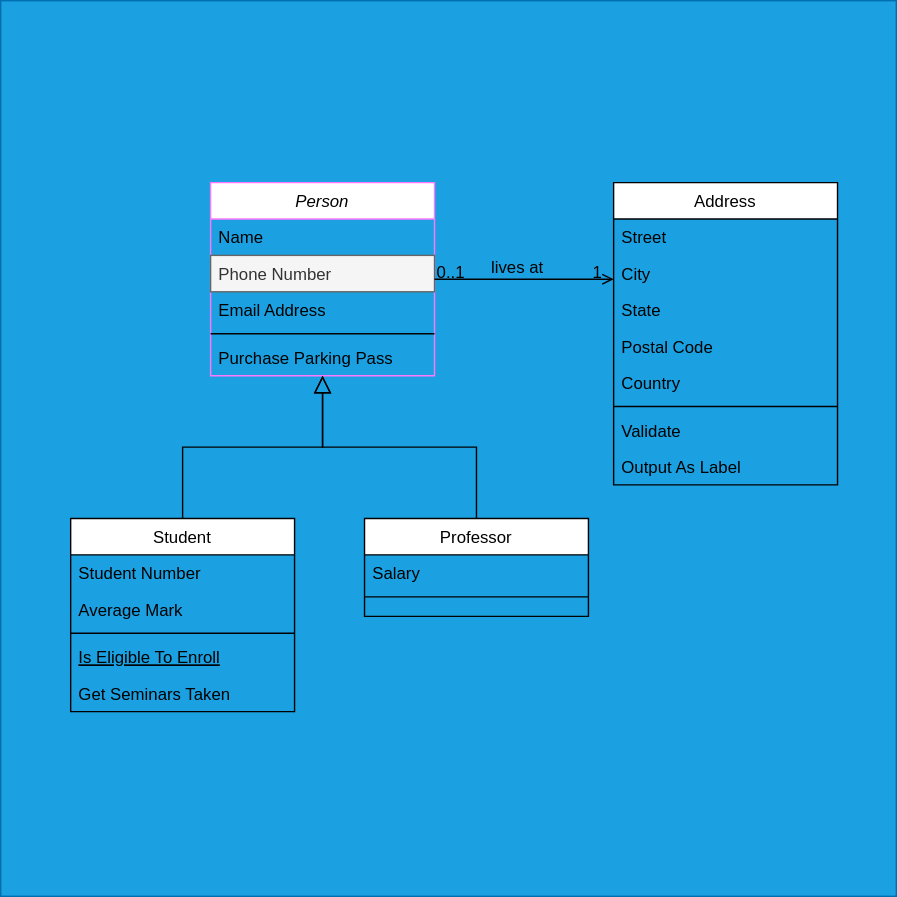
This is Diagrama.drawio.svg from min-swep-r/kodes, a draw.io export, as it was before one commit. Source tidied: cells renumbered, new cells last; positions are measured from the earlier drawing's top-left corner, leaving out a move shared by most shapes.
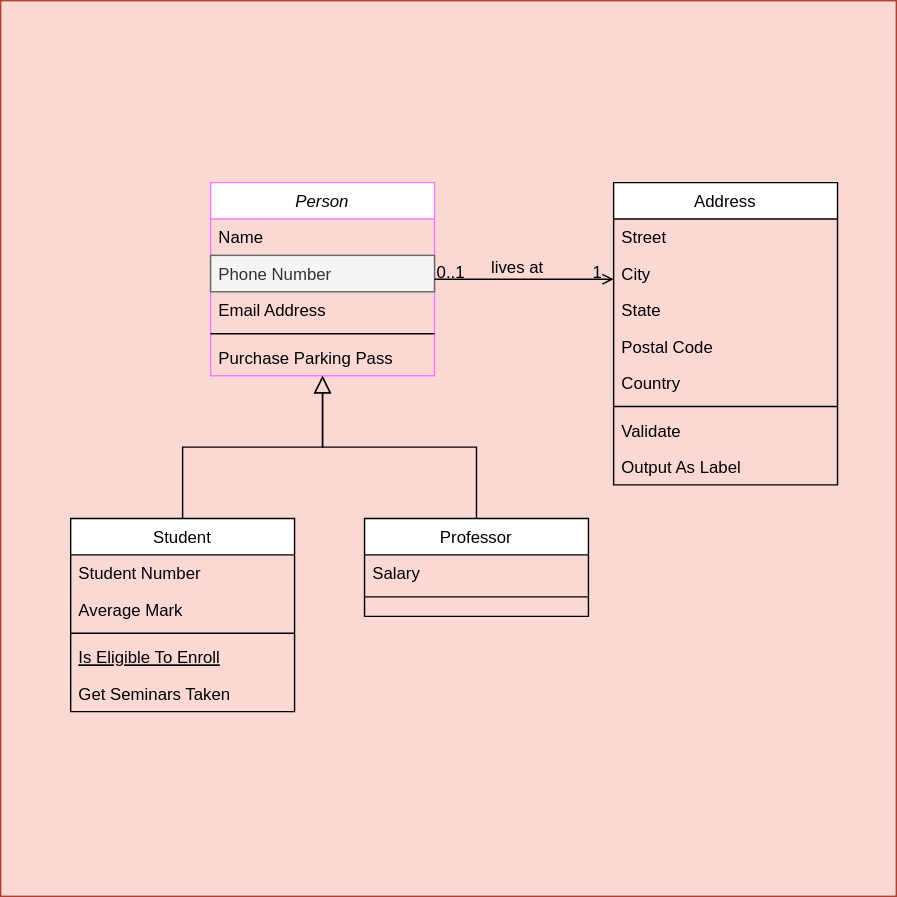
The same file after the commit.

Diff of the diagram source:
```diff
@@ -2,7 +2,7 @@
   <root>
     <mxCell id="0" />
     <mxCell id="1" parent="0" />
-    <mxCell id="2" style="whiteSpace=wrap;html=1;fillColor=#1ba1e2;strokeColor=#006EAF;fontColor=#ffffff;" parent="1" vertex="1">
+    <mxCell id="2" style="whiteSpace=wrap;html=1;fillColor=#fad9d5;strokeColor=#ae4132;" parent="1" vertex="1">
       <mxGeometry width="640" height="640" as="geometry" />
     </mxCell>
     <mxCell id="3" value="Person" style="swimlane;fontStyle=2;align=center;verticalAlign=top;horizontal=1;startSize=26;rounded=0;shadow=0;strokeWidth=1;strokeColor=#FF78FF;" parent="1" vertex="1">
```
